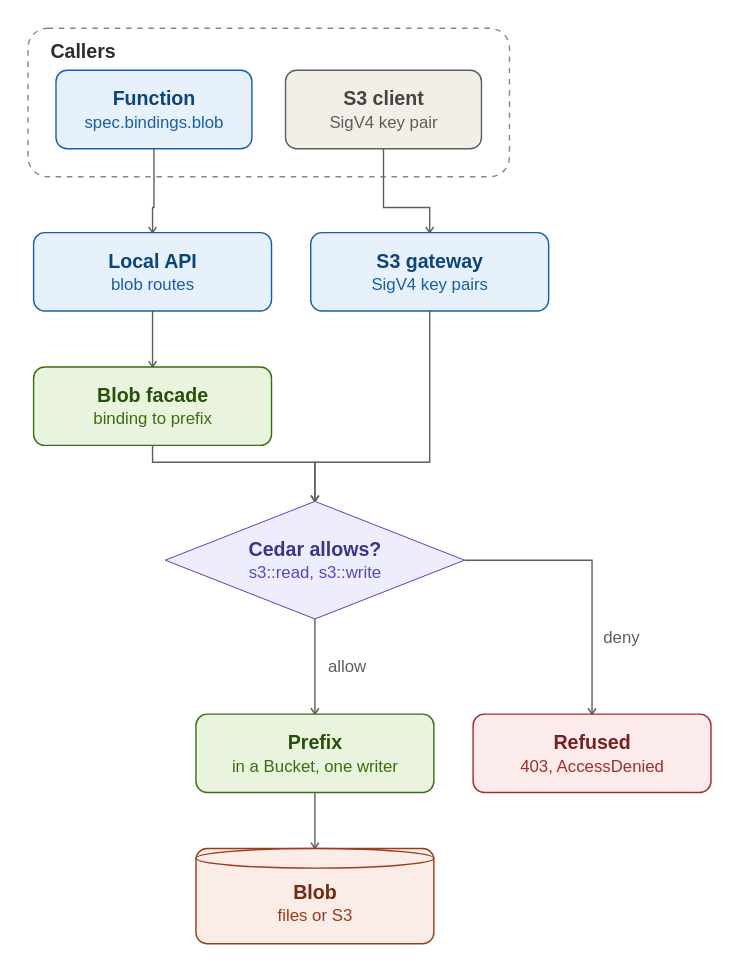
pyvvo/funcd keeps this draw.io diagram as docs/guide/assets/bucket.drawio.svg. Above is the earlier version. Source tidied: cells renumbered, new cells last; positions are measured from the earlier drawing's top-left corner, leaving out a move shared by most shapes.
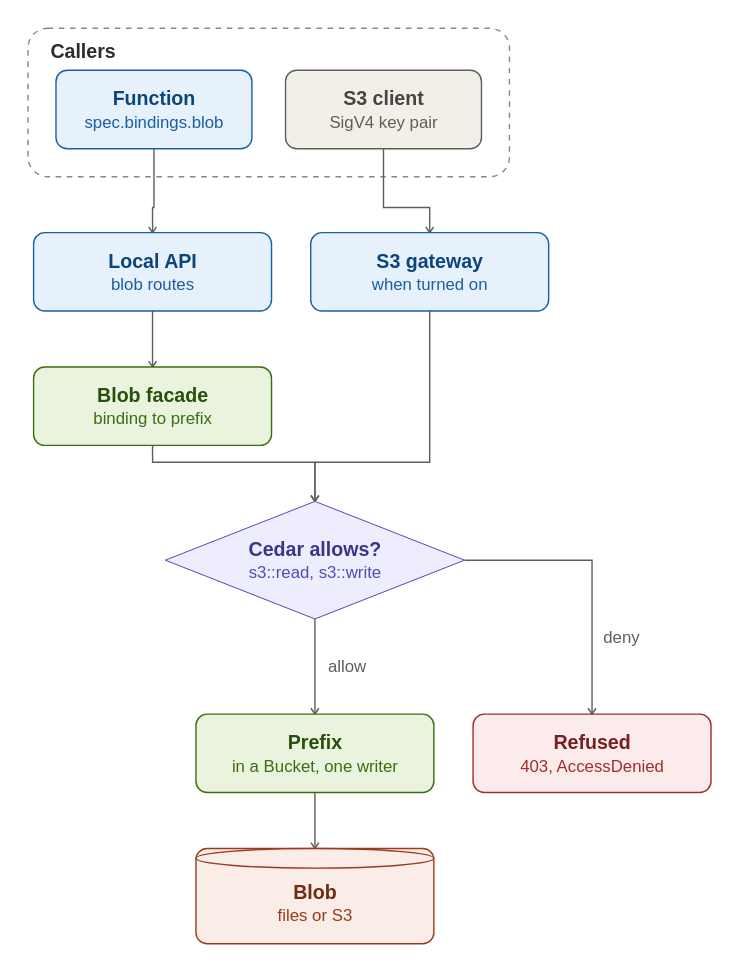
Above is the later version.

The edit, as a diff of the source:
```diff
@@ -17,7 +17,7 @@
     <mxCell id="6" value="&lt;b&gt;Blob facade&lt;/b&gt;&lt;br&gt;&lt;font style=&quot;font-size:12px&quot; color=&quot;#3B6D11&quot;&gt;binding to prefix&lt;/font&gt;" style="rounded=1;absoluteArcSize=1;arcSize=16;whiteSpace=wrap;html=1;fillColor=#EAF3DE;strokeColor=#3B6D11;fontColor=#27500A;fontSize=14;" parent="1" vertex="1">
       <mxGeometry x="4" y="242" width="170" height="56" as="geometry" />
     </mxCell>
-    <mxCell id="7" value="&lt;b&gt;S3 gateway&lt;/b&gt;&lt;br&gt;&lt;font style=&quot;font-size:12px&quot; color=&quot;#185FA5&quot;&gt;SigV4 key pairs&lt;/font&gt;" style="rounded=1;absoluteArcSize=1;arcSize=16;whiteSpace=wrap;html=1;fillColor=#E6F1FB;strokeColor=#185FA5;fontColor=#0C447C;fontSize=14;" parent="1" vertex="1">
+    <mxCell id="7" value="&lt;b&gt;S3 gateway&lt;/b&gt;&lt;br&gt;&lt;font style=&quot;font-size:12px&quot; color=&quot;#185FA5&quot;&gt;when turned on&lt;/font&gt;" style="rounded=1;absoluteArcSize=1;arcSize=16;whiteSpace=wrap;html=1;fillColor=#E6F1FB;strokeColor=#185FA5;fontColor=#0C447C;fontSize=14;" parent="1" vertex="1">
       <mxGeometry x="202" y="146" width="170" height="56" as="geometry" />
     </mxCell>
     <mxCell id="8" value="&lt;b&gt;Cedar allows?&lt;/b&gt;&lt;br&gt;&lt;font style=&quot;font-size:12px&quot; color=&quot;#534AB7&quot;&gt;s3::read, s3::write&lt;/font&gt;" style="rhombus;whiteSpace=wrap;html=1;fillColor=#EEEDFE;strokeColor=#534AB7;fontColor=#3C3489;fontSize=14;" parent="1" vertex="1">
```
